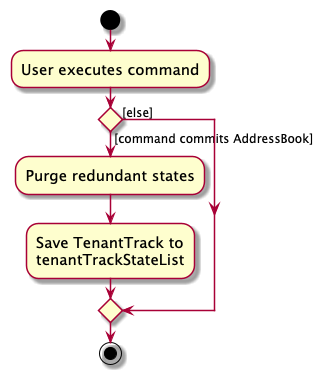
Above: docs/images/CommitActivityDiagram.png in namitdeb739/tp (PlantUML), before the change. Its diagram source:
```plantuml
@startuml
skin rose
skinparam ActivityFontSize 15
skinparam ArrowFontSize 12
start
:User executes command;


if () then ([command commits AddressBook])
    :Purge redundant states;
    :Save TenantTrack to
    tenantTrackStateList;
else ([else])
endif
stop
@enduml
```
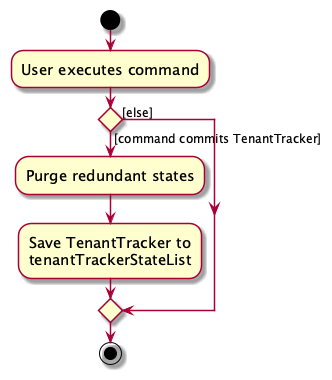
After the commit.

Change to the diagram source:
```diff
@@ -6,10 +6,10 @@
 :User executes command;
 
 
-if () then ([command commits AddressBook])
+if () then ([command commits TenantTracker])
     :Purge redundant states;
-    :Save TenantTrack to
-    tenantTrackStateList;
+    :Save TenantTracker to
+    tenantTrackerStateList;
 else ([else])
 endif
 stop
```
